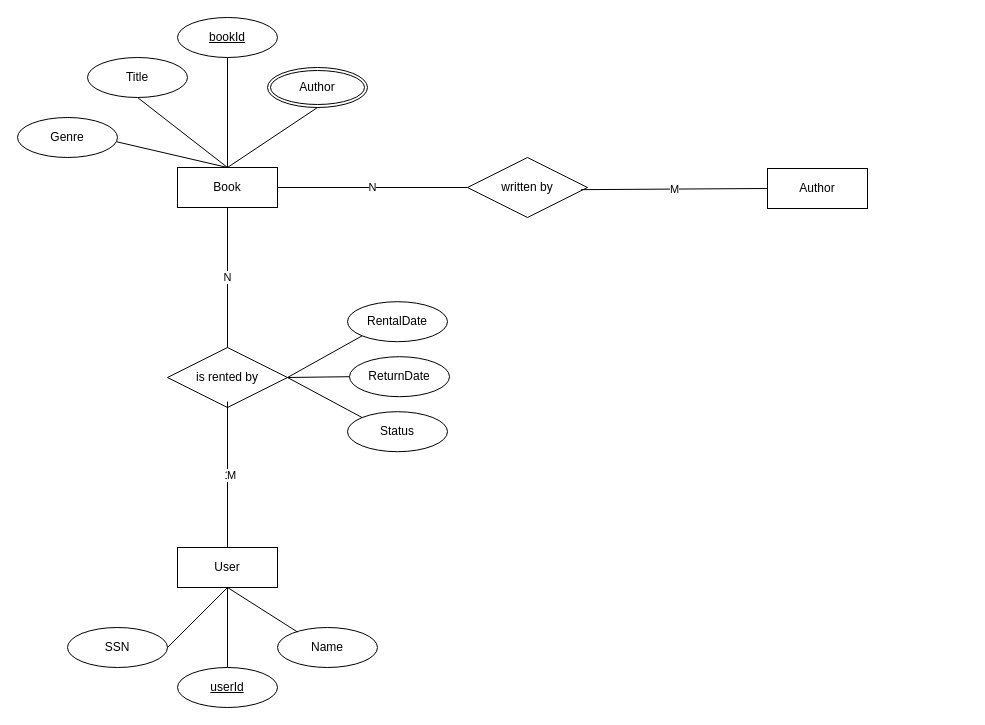
LucasHSchuber/moment3_.NET_mvc_entity keeps this draw.io diagram as ER.drawio. Above is the earlier version. Source tidied: cells renumbered, new cells numbered last; positions are measured from the earlier drawing's top-left corner, leaving out a move shared by most shapes. Both pictures are drawn from the tidied source at 100%, with x=0, y=0 at pixel (17, 17).
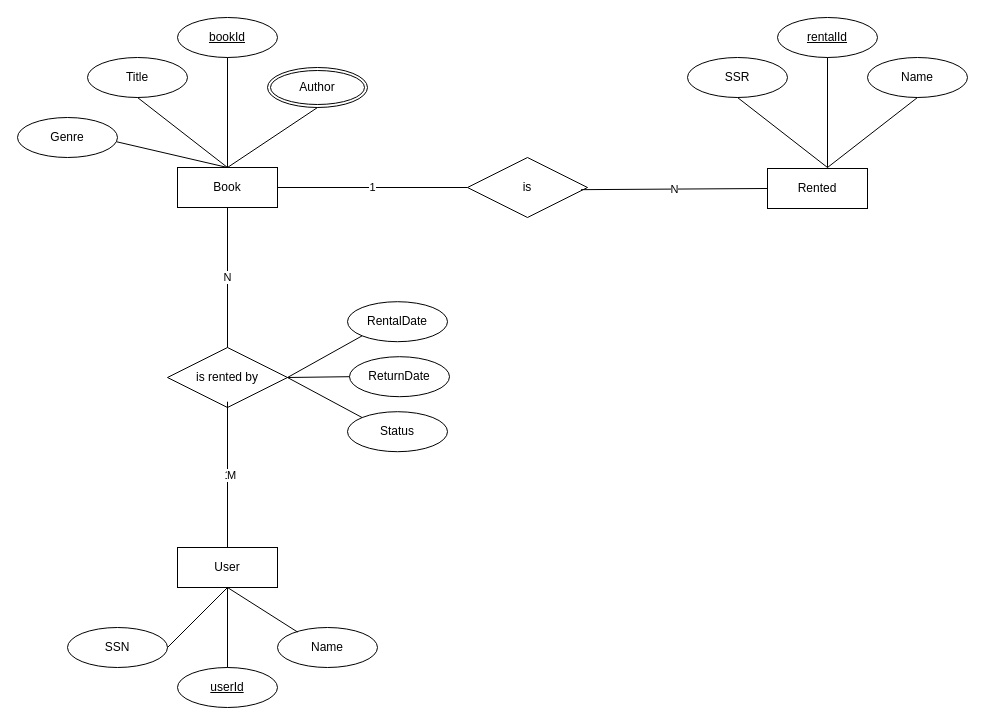
Above is the later version.

The change refers to these unchanged cells:
```xml
<mxCell id="3" value="Book" style="whiteSpace=wrap;html=1;align=center;" parent="1" vertex="1">
  <mxGeometry x="160" y="150" width="100" height="40" as="geometry" />
</mxCell>
```

What changed in the source:
```diff
@@
-    <mxCell id="28" value="Author" style="whiteSpace=wrap;html=1;align=center;" parent="1" vertex="1">
+    <mxCell id="28" value="Rented" style="whiteSpace=wrap;html=1;align=center;" parent="1" vertex="1">
       <mxGeometry x="750" y="151" width="100" height="40" as="geometry" />
     </mxCell>
-    <mxCell id="29" value="written by" style="shape=rhombus;perimeter=rhombusPerimeter;whiteSpace=wrap;html=1;align=center;" parent="1" vertex="1">
+    <mxCell id="29" value="is" style="shape=rhombus;perimeter=rhombusPerimeter;whiteSpace=wrap;html=1;align=center;" parent="1" vertex="1">
       <mxGeometry x="450" y="140" width="120" height="60" as="geometry" />
     </mxCell>
-    <mxCell id="30" value="N" style="endArrow=none;html=1;rounded=0;exitX=1;exitY=0.5;exitDx=0;exitDy=0;entryX=0;entryY=0.5;entryDx=0;entryDy=0;" parent="1" edge="1" source="3" target="29">
+    <mxCell id="30" value="1" style="endArrow=none;html=1;rounded=0;exitX=1;exitY=0.5;exitDx=0;exitDy=0;entryX=0;entryY=0.5;entryDx=0;entryDy=0;" parent="1" edge="1" source="3" target="29">
       <mxGeometry relative="1" as="geometry" />
     </mxCell>
-    <mxCell id="31" value="M" style="endArrow=none;html=1;rounded=0;exitX=0;exitY=0.5;exitDx=0;exitDy=0;entryX=0.946;entryY=0.536;entryDx=0;entryDy=0;entryPerimeter=0;" parent="1" edge="1" source="28" target="29">
+    <mxCell id="31" value="N" style="endArrow=none;html=1;rounded=0;exitX=0;exitY=0.5;exitDx=0;exitDy=0;entryX=0.946;entryY=0.536;entryDx=0;entryDy=0;entryPerimeter=0;" parent="1" edge="1" source="28" target="29">
       <mxGeometry relative="1" as="geometry" />
     </mxCell>
+    <mxCell id="32" value="rentalId" style="ellipse;whiteSpace=wrap;html=1;align=center;fontStyle=4;" parent="1" vertex="1">
+      <mxGeometry x="760" width="100" height="40" as="geometry" />
+    </mxCell>
+    <mxCell id="33" value="SSR" style="ellipse;whiteSpace=wrap;html=1;align=center;" parent="1" vertex="1">
+      <mxGeometry x="670" y="40" width="100" height="40" as="geometry" />
+    </mxCell>
+    <mxCell id="34" style="endArrow=none;html=1;rounded=0;exitX=0.5;exitY=1;exitDx=0;exitDy=0;entryX=0.5;entryY=0;entryDx=0;entryDy=0;" parent="1" edge="1" source="32">
+      <mxGeometry relative="1" as="geometry">
+        <mxPoint x="810" y="150" as="targetPoint" />
+      </mxGeometry>
+    </mxCell>
+    <mxCell id="35" style="endArrow=none;html=1;rounded=0;entryX=0.5;entryY=0;entryDx=0;entryDy=0;exitX=0.5;exitY=1;exitDx=0;exitDy=0;" parent="1" edge="1" source="33">
+      <mxGeometry relative="1" as="geometry">
+        <mxPoint x="810" y="150" as="targetPoint" />
+      </mxGeometry>
+    </mxCell>
+    <mxCell id="36" value="Name" style="ellipse;whiteSpace=wrap;html=1;align=center;" parent="1" vertex="1">
+      <mxGeometry x="850" y="40" width="100" height="40" as="geometry" />
+    </mxCell>
+    <mxCell id="37" style="endArrow=none;html=1;rounded=0;exitX=0.5;exitY=1;exitDx=0;exitDy=0;entryX=0.6;entryY=-0.025;entryDx=0;entryDy=0;entryPerimeter=0;" parent="1" edge="1" source="36" target="28">
+      <mxGeometry relative="1" as="geometry" />
+    </mxCell>
```
